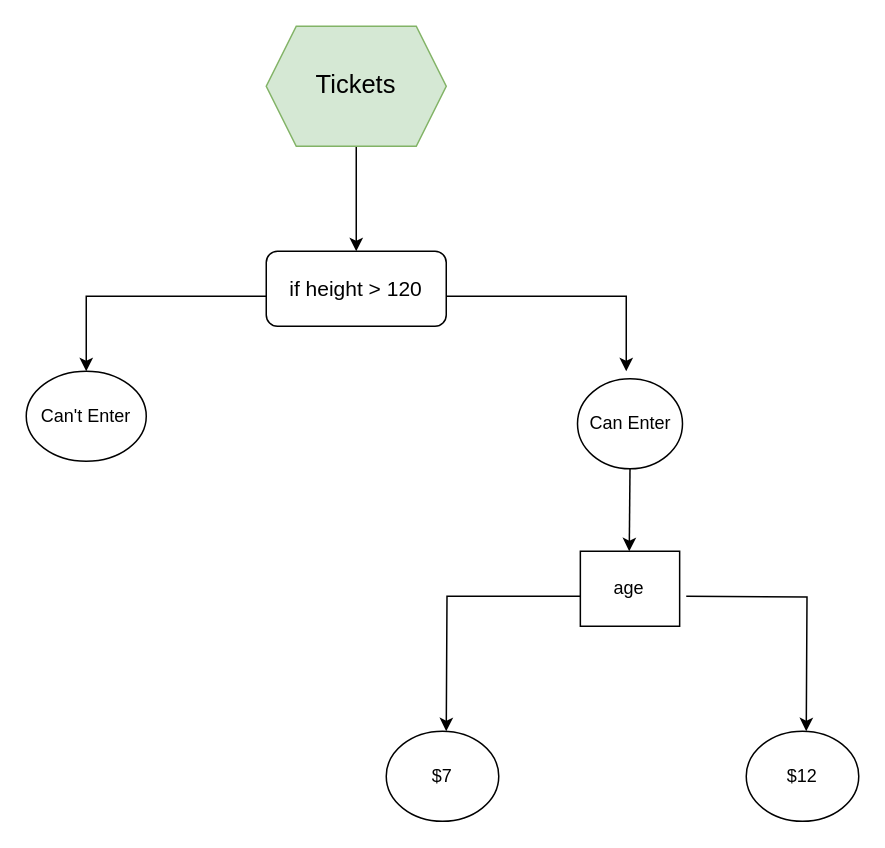
Earlier version of the draw.io diagram Untitled Diagram.drawio (RilSteel/graph). Source tidied: cells renumbered, new cells numbered last; positions are measured from the earlier drawing's top-left corner, leaving out a move shared by most shapes. Both pictures are drawn from the tidied source at 150%, with x=0, y=0 at pixel (26, 26).
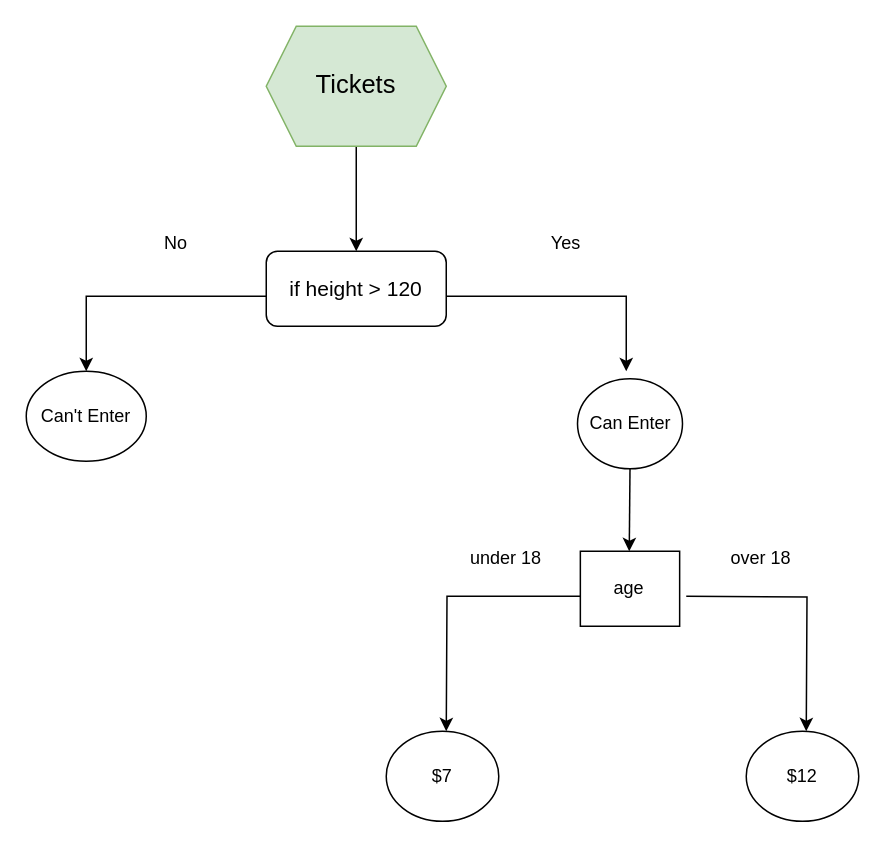
The same diagram, later.

Change to the diagram source:
```diff
@@
+    <mxCell id="15" value="Yes" style="text;strokeColor=none;align=center;fillColor=none;html=1;verticalAlign=middle;whiteSpace=wrap;rounded=0;" parent="1" vertex="1">
+      <mxGeometry x="330" y="130" width="60" height="30" as="geometry" />
+    </mxCell>
+    <mxCell id="16" value="No" style="text;strokeColor=none;align=center;fillColor=none;html=1;verticalAlign=middle;whiteSpace=wrap;rounded=0;" parent="1" vertex="1">
+      <mxGeometry x="70" y="130" width="60" height="30" as="geometry" />
+    </mxCell>
+    <mxCell id="17" value="over 18" style="text;align=center;html=1;verticalAlign=middle;whiteSpace=wrap;rounded=0;" parent="1" vertex="1">
+      <mxGeometry x="460" y="340" width="60" height="30" as="geometry" />
+    </mxCell>
+    <mxCell id="18" value="under 18" style="text;strokeColor=none;align=center;fillColor=none;html=1;verticalAlign=middle;whiteSpace=wrap;rounded=0;" parent="1" vertex="1">
+      <mxGeometry x="290" y="340" width="60" height="30" as="geometry" />
+    </mxCell>
```
